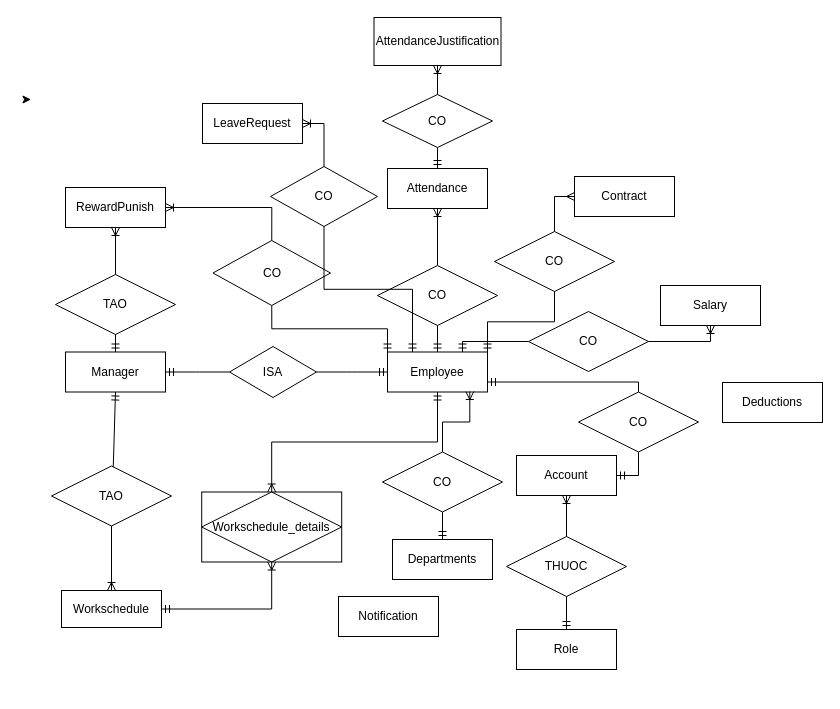
Earlier version of the draw.io diagram page "Trang-3" (3 of 5) of tttn.drawio (VanTruongPTITHCM2002/DoAnJava). Source tidied: cells renumbered, new cells numbered last; positions are measured from the earlier drawing's top-left corner, leaving out a move shared by most shapes. Both pictures are drawn from the tidied source at 100%, with x=0, y=0 at pixel (24, 17).
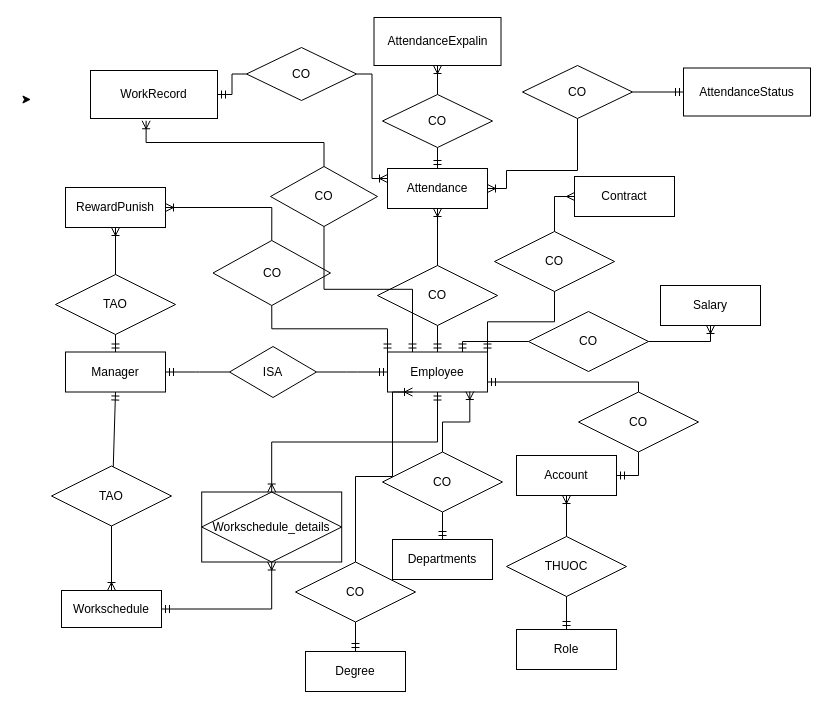
The same diagram, later.

Commit message:
Cập nhật tttn.drawio

The change refers to these unchanged cells:
```xml
<mxCell id="2" value="Employee" style="whiteSpace=wrap;html=1;align=center;" parent="1" vertex="1">
  <mxGeometry x="363" y="334.5" width="100" height="40" as="geometry" />
</mxCell>
<mxCell id="15" value="Attendance" style="whiteSpace=wrap;html=1;align=center;" parent="1" vertex="1">
  <mxGeometry x="363" y="151" width="100" height="40" as="geometry" />
</mxCell>
<mxCell id="47" value="CO" style="shape=rhombus;perimeter=rhombusPerimeter;whiteSpace=wrap;html=1;align=center;" parent="1" vertex="1">
  <mxGeometry x="246" y="149" width="107" height="60" as="geometry" />
</mxCell>
```

Change to the diagram source:
```diff
@@
-    <mxCell id="39" value="AttendanceJustification" style="html=1;whiteSpace=wrap;" parent="1" vertex="1">
+    <mxCell id="39" value="AttendanceExpalin" style="html=1;whiteSpace=wrap;" parent="1" vertex="1">
       <mxGeometry x="349.5" width="127" height="48" as="geometry" />
     </mxCell>
@@
-    <mxCell id="46" value="LeaveRequest" style="whiteSpace=wrap;html=1;align=center;" parent="1" vertex="1">
-      <mxGeometry x="178" y="86" width="100" height="40" as="geometry" />
-    </mxCell>
@@
-    <mxCell id="48" style="edgeStyle=orthogonalEdgeStyle;fontSize=12;html=1;endArrow=ERoneToMany;rounded=0;exitX=0.5;exitY=0;exitDx=0;exitDy=0;entryX=1;entryY=0.5;entryDx=0;entryDy=0;" parent="1" edge="1" source="47" target="46">
+    <mxCell id="48" style="edgeStyle=orthogonalEdgeStyle;fontSize=12;html=1;endArrow=ERoneToMany;rounded=0;exitX=0.5;exitY=0;exitDx=0;exitDy=0;entryX=0.438;entryY=1.047;entryDx=0;entryDy=0;entryPerimeter=0;" parent="1" edge="1" source="47" target="56">
       <mxGeometry relative="1" as="geometry" />
     </mxCell>
@@
-    <mxCell id="51" value="Deductions" style="whiteSpace=wrap;html=1;align=center;" parent="1" vertex="1">
-      <mxGeometry x="698" y="365" width="100" height="40" as="geometry" />
+    <mxCell id="51" value="Degree" style="whiteSpace=wrap;html=1;align=center;" parent="1" vertex="1">
+      <mxGeometry x="281" y="634" width="100" height="40" as="geometry" />
     </mxCell>
-    <mxCell id="52" value="Notification" style="whiteSpace=wrap;html=1;align=center;" parent="1" vertex="1">
-      <mxGeometry x="314" y="579" width="100" height="40" as="geometry" />
-    </mxCell>
@@
+    <mxCell id="56" value="WorkRecord" style="html=1;whiteSpace=wrap;" parent="1" vertex="1">
+      <mxGeometry x="66" y="53" width="127" height="48" as="geometry" />
+    </mxCell>
+    <mxCell id="57" value="AttendanceStatus" style="html=1;whiteSpace=wrap;" parent="1" vertex="1">
+      <mxGeometry x="659" y="50.5" width="127" height="48" as="geometry" />
+    </mxCell>
+    <mxCell id="58" value="CO" style="shape=rhombus;perimeter=rhombusPerimeter;whiteSpace=wrap;html=1;align=center;" parent="1" vertex="1">
+      <mxGeometry x="498" y="48" width="110" height="53" as="geometry" />
+    </mxCell>
+    <mxCell id="59" style="fontSize=12;html=1;endArrow=ERoneToMany;rounded=0;exitX=0.5;exitY=1;exitDx=0;exitDy=0;entryX=1;entryY=0.5;entryDx=0;entryDy=0;edgeStyle=orthogonalEdgeStyle;" parent="1" edge="1" source="58" target="15">
+      <mxGeometry relative="1" as="geometry">
+        <Array as="points">
+          <mxPoint x="553" y="153" />
+          <mxPoint x="482" y="153" />
+          <mxPoint x="482" y="171" />
+        </Array>
+      </mxGeometry>
+    </mxCell>
+    <mxCell id="60" style="fontSize=12;html=1;endArrow=ERmandOne;rounded=0;exitX=1;exitY=0.5;exitDx=0;exitDy=0;entryX=0;entryY=0.5;entryDx=0;entryDy=0;edgeStyle=orthogonalEdgeStyle;" parent="1" edge="1" source="58" target="57">
+      <mxGeometry relative="1" as="geometry" />
+    </mxCell>
+    <mxCell id="61" value="CO" style="shape=rhombus;perimeter=rhombusPerimeter;whiteSpace=wrap;html=1;align=center;" parent="1" vertex="1">
+      <mxGeometry x="222" y="30" width="110" height="53" as="geometry" />
+    </mxCell>
+    <mxCell id="62" style="fontSize=12;html=1;endArrow=ERoneToMany;rounded=0;exitX=1;exitY=0.5;exitDx=0;exitDy=0;entryX=0;entryY=0.25;entryDx=0;entryDy=0;edgeStyle=orthogonalEdgeStyle;" parent="1" edge="1" source="61" target="15">
+      <mxGeometry relative="1" as="geometry" />
+    </mxCell>
+    <mxCell id="63" style="fontSize=12;html=1;endArrow=ERmandOne;rounded=0;exitX=0;exitY=0.5;exitDx=0;exitDy=0;entryX=1;entryY=0.5;entryDx=0;entryDy=0;edgeStyle=orthogonalEdgeStyle;" parent="1" edge="1" source="61" target="56">
+      <mxGeometry relative="1" as="geometry" />
+    </mxCell>
+    <mxCell id="64" value="CO" style="shape=rhombus;perimeter=rhombusPerimeter;whiteSpace=wrap;html=1;align=center;" parent="1" vertex="1">
+      <mxGeometry x="271" y="544.5" width="120" height="60" as="geometry" />
+    </mxCell>
+    <mxCell id="65" style="fontSize=12;html=1;endArrow=ERoneToMany;rounded=0;exitX=0.5;exitY=0;exitDx=0;exitDy=0;entryX=0.25;entryY=1;entryDx=0;entryDy=0;edgeStyle=orthogonalEdgeStyle;" parent="1" edge="1" source="64" target="2">
+      <mxGeometry relative="1" as="geometry">
+        <Array as="points">
+          <mxPoint x="331" y="459" />
+          <mxPoint x="368" y="459" />
+          <mxPoint x="368" y="375" />
+        </Array>
+      </mxGeometry>
+    </mxCell>
+    <mxCell id="66" style="fontSize=12;html=1;endArrow=ERmandOne;rounded=0;exitX=0.5;exitY=1;exitDx=0;exitDy=0;entryX=0.5;entryY=0;entryDx=0;entryDy=0;" parent="1" edge="1" source="64" target="51">
+      <mxGeometry relative="1" as="geometry" />
+    </mxCell>
```
